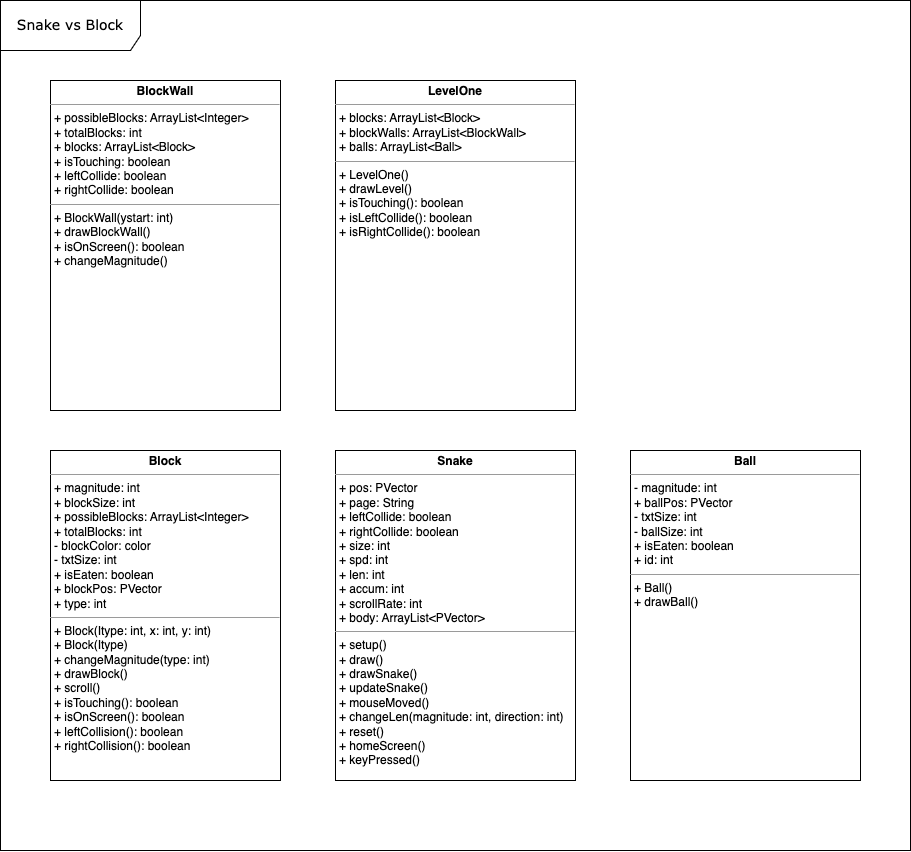
Earlier version of the draw.io export ouruml.png (madeline-lei/final_project). Source tidied: cells renumbered, new cells last; positions are measured from the earlier drawing's top-left corner, leaving out a move shared by most shapes.
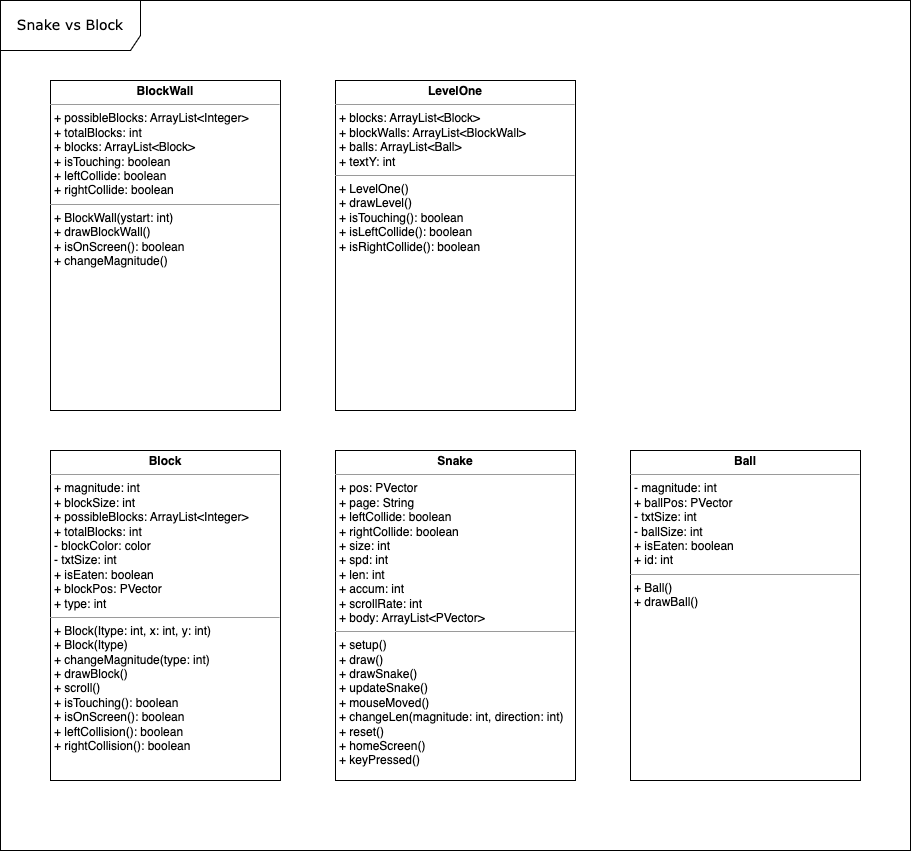
After the change.

What changed in the source:
```diff
@@ -14,7 +14,7 @@
     <mxCell id="5" value="&lt;p style=&quot;margin:0px;margin-top:4px;text-align:center;&quot;&gt;&lt;b&gt;Ball&lt;/b&gt;&lt;/p&gt;&lt;hr size=&quot;1&quot;&gt;&lt;p style=&quot;margin:0px;margin-left:4px;&quot;&gt;- magnitude: int&lt;/p&gt;&lt;p style=&quot;margin:0px;margin-left:4px;&quot;&gt;+ ballPos: PVector&lt;/p&gt;&lt;p style=&quot;margin:0px;margin-left:4px;&quot;&gt;- txtSize: int&lt;/p&gt;&lt;p style=&quot;margin:0px;margin-left:4px;&quot;&gt;- ballSize: int&lt;/p&gt;&lt;p style=&quot;margin:0px;margin-left:4px;&quot;&gt;+ isEaten: boolean&lt;/p&gt;&lt;p style=&quot;margin:0px;margin-left:4px;&quot;&gt;+ id: int&lt;br&gt;&lt;/p&gt;&lt;hr size=&quot;1&quot;&gt;&lt;p style=&quot;margin:0px;margin-left:4px;&quot;&gt;+ Ball()&lt;/p&gt;&lt;p style=&quot;margin:0px;margin-left:4px;&quot;&gt;+ drawBall()&lt;br&gt;&lt;/p&gt;" style="verticalAlign=top;align=left;overflow=fill;fontSize=12;fontFamily=Helvetica;html=1;rounded=0;shadow=0;comic=0;labelBackgroundColor=none;strokeWidth=1;" parent="1" vertex="1">
       <mxGeometry x="630" y="450" width="230" height="330" as="geometry" />
     </mxCell>
-    <mxCell id="6" value="&lt;p style=&quot;margin:0px;margin-top:4px;text-align:center;&quot;&gt;&lt;b&gt;LevelOne&lt;/b&gt;&lt;/p&gt;&lt;hr size=&quot;1&quot;&gt;&lt;p style=&quot;margin:0px;margin-left:4px;&quot;&gt;&lt;span style=&quot;background-color: initial;&quot;&gt;+ blocks: ArrayList&amp;lt;Block&amp;gt;&lt;/span&gt;&lt;br&gt;&lt;/p&gt;&lt;p style=&quot;margin:0px;margin-left:4px;&quot;&gt;+ blockWalls: ArrayList&amp;lt;BlockWall&amp;gt;&lt;/p&gt;&lt;p style=&quot;border-color: var(--border-color); margin: 0px 0px 0px 4px;&quot;&gt;+ balls: ArrayList&amp;lt;Ball&amp;gt;&lt;/p&gt;&lt;hr size=&quot;1&quot;&gt;&lt;p style=&quot;margin:0px;margin-left:4px;&quot;&gt;+ LevelOne()&lt;/p&gt;&lt;p style=&quot;margin:0px;margin-left:4px;&quot;&gt;+ drawLevel()&lt;/p&gt;&lt;p style=&quot;margin:0px;margin-left:4px;&quot;&gt;+ isTouching(): boolean&lt;/p&gt;&lt;p style=&quot;border-color: var(--border-color); margin: 0px 0px 0px 4px;&quot;&gt;+ isLeftCollide(): boolean&lt;/p&gt;&lt;p style=&quot;border-color: var(--border-color); margin: 0px 0px 0px 4px;&quot;&gt;+ isRightCollide(): boolean&lt;/p&gt;" style="verticalAlign=top;align=left;overflow=fill;fontSize=12;fontFamily=Helvetica;html=1;rounded=0;shadow=0;comic=0;labelBackgroundColor=none;strokeWidth=1;" parent="1" vertex="1">
+    <mxCell id="6" value="&lt;p style=&quot;margin:0px;margin-top:4px;text-align:center;&quot;&gt;&lt;b&gt;LevelOne&lt;/b&gt;&lt;/p&gt;&lt;hr size=&quot;1&quot;&gt;&lt;p style=&quot;margin:0px;margin-left:4px;&quot;&gt;&lt;span style=&quot;background-color: initial;&quot;&gt;+ blocks: ArrayList&amp;lt;Block&amp;gt;&lt;/span&gt;&lt;br&gt;&lt;/p&gt;&lt;p style=&quot;margin:0px;margin-left:4px;&quot;&gt;+ blockWalls: ArrayList&amp;lt;BlockWall&amp;gt;&lt;/p&gt;&lt;p style=&quot;border-color: var(--border-color); margin: 0px 0px 0px 4px;&quot;&gt;+ balls: ArrayList&amp;lt;Ball&amp;gt;&lt;/p&gt;&lt;p style=&quot;border-color: var(--border-color); margin: 0px 0px 0px 4px;&quot;&gt;+ textY: int&lt;/p&gt;&lt;hr size=&quot;1&quot;&gt;&lt;p style=&quot;margin:0px;margin-left:4px;&quot;&gt;+ LevelOne()&lt;/p&gt;&lt;p style=&quot;margin:0px;margin-left:4px;&quot;&gt;+ drawLevel()&lt;/p&gt;&lt;p style=&quot;margin:0px;margin-left:4px;&quot;&gt;+ isTouching(): boolean&lt;/p&gt;&lt;p style=&quot;border-color: var(--border-color); margin: 0px 0px 0px 4px;&quot;&gt;+ isLeftCollide(): boolean&lt;/p&gt;&lt;p style=&quot;border-color: var(--border-color); margin: 0px 0px 0px 4px;&quot;&gt;+ isRightCollide(): boolean&lt;/p&gt;" style="verticalAlign=top;align=left;overflow=fill;fontSize=12;fontFamily=Helvetica;html=1;rounded=0;shadow=0;comic=0;labelBackgroundColor=none;strokeWidth=1;" parent="1" vertex="1">
       <mxGeometry x="335" y="80" width="240" height="330" as="geometry" />
     </mxCell>
     <mxCell id="7" value="&lt;p style=&quot;margin:0px;margin-top:4px;text-align:center;&quot;&gt;&lt;b&gt;BlockWall&lt;/b&gt;&lt;/p&gt;&lt;hr size=&quot;1&quot;&gt;&lt;p style=&quot;margin:0px;margin-left:4px;&quot;&gt;+ possibleBlocks: ArrayList&amp;lt;Integer&amp;gt;&lt;/p&gt;&lt;p style=&quot;margin:0px;margin-left:4px;&quot;&gt;+ totalBlocks: int&lt;/p&gt;&lt;p style=&quot;margin:0px;margin-left:4px;&quot;&gt;+ blocks: ArrayList&amp;lt;Block&amp;gt;&lt;/p&gt;&lt;p style=&quot;margin:0px;margin-left:4px;&quot;&gt;+ isTouching: boolean&lt;/p&gt;&lt;p style=&quot;margin:0px;margin-left:4px;&quot;&gt;+ leftCollide: boolean&lt;br&gt;+ rightCollide: boolean&lt;/p&gt;&lt;hr size=&quot;1&quot;&gt;&lt;p style=&quot;margin:0px;margin-left:4px;&quot;&gt;+ BlockWall(ystart: int)&lt;/p&gt;&lt;p style=&quot;margin:0px;margin-left:4px;&quot;&gt;+ drawBlockWall()&lt;/p&gt;&lt;p style=&quot;margin:0px;margin-left:4px;&quot;&gt;+ isOnScreen(): boolean&lt;/p&gt;&lt;p style=&quot;margin:0px;margin-left:4px;&quot;&gt;+ changeMagnitude()&lt;/p&gt;" style="verticalAlign=top;align=left;overflow=fill;fontSize=12;fontFamily=Helvetica;html=1;rounded=0;shadow=0;comic=0;labelBackgroundColor=none;strokeWidth=1;" parent="1" vertex="1">
```
